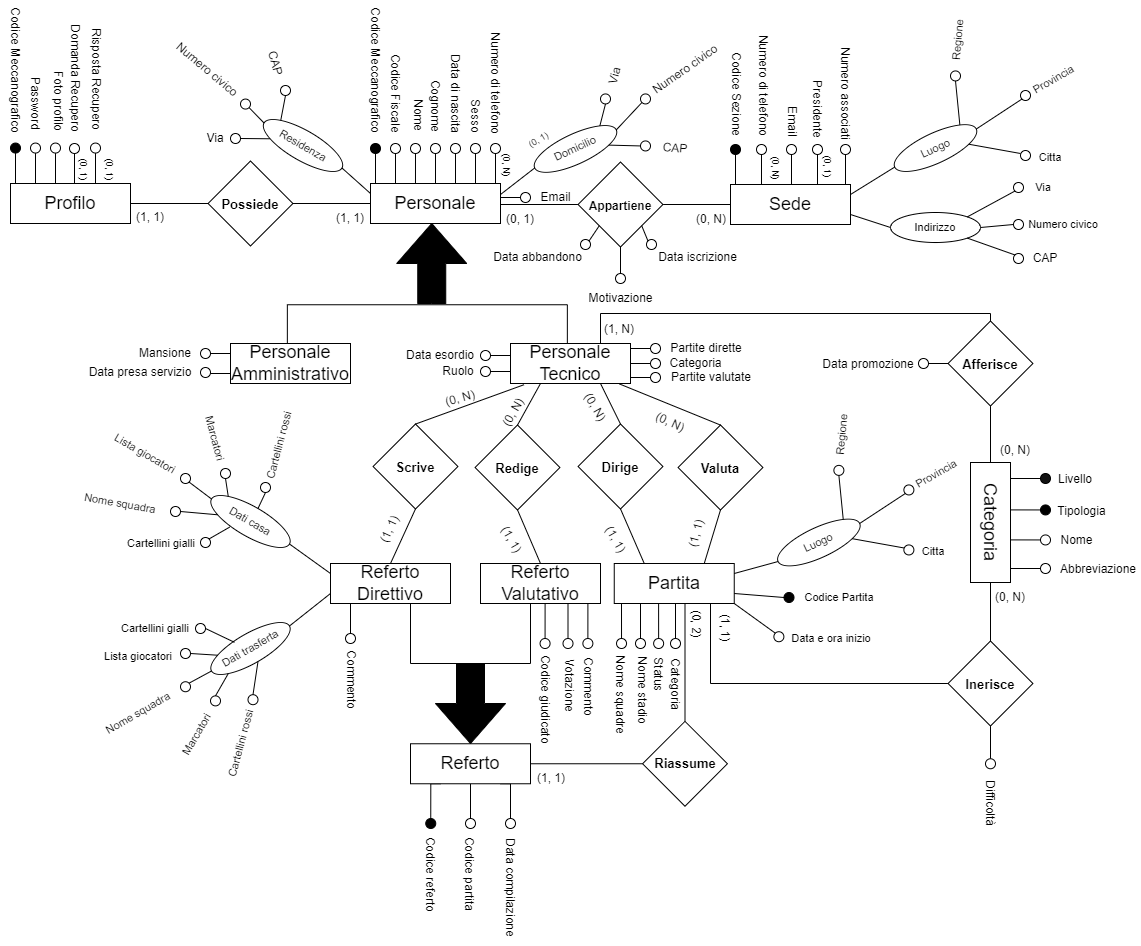
Earlier version of the draw.io export ERDiagram/WhistleER.drawio.png (savernike/DiagramsSet). Source tidied: cells renumbered, new cells last; positions are measured from the earlier drawing's top-left corner, leaving out a move shared by most shapes.
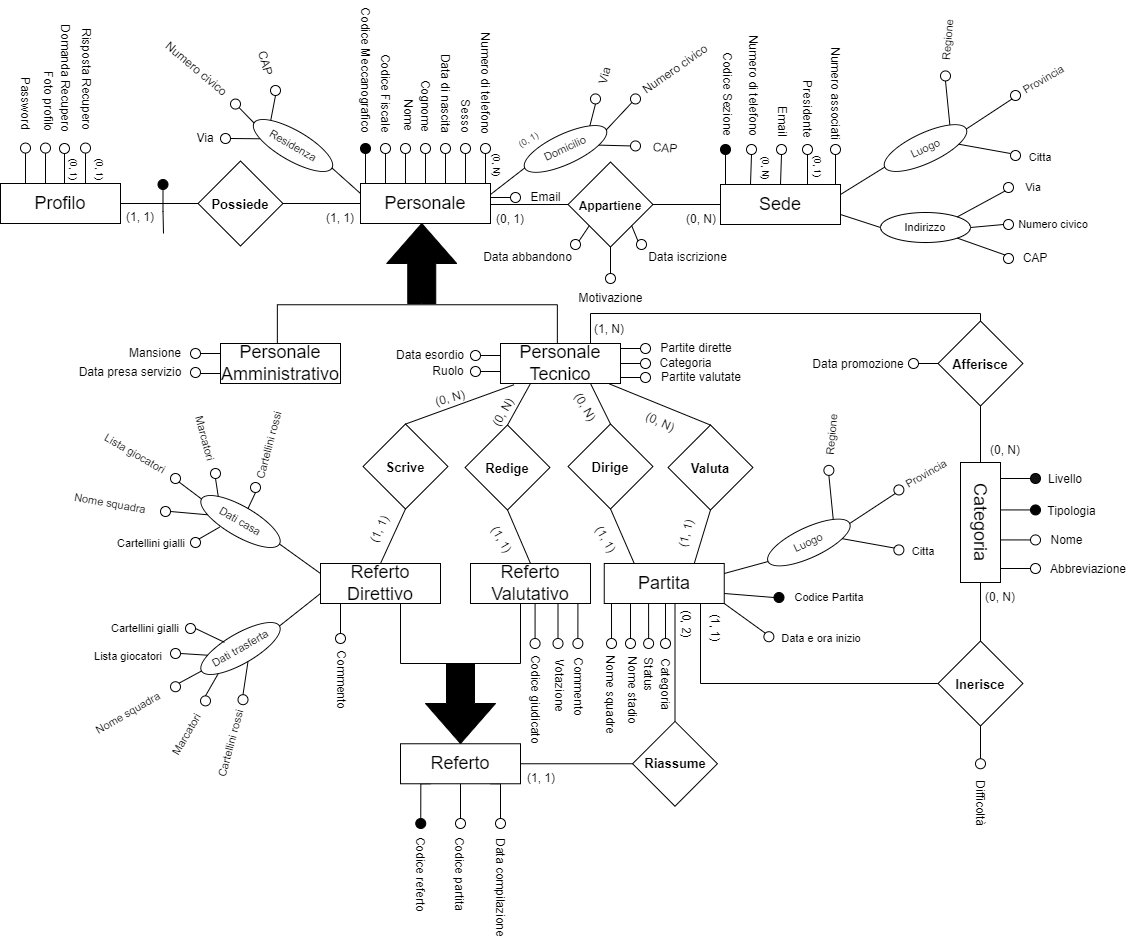
After the commit.

Commit message:
Aggiunta identificatore esterno su Profilo

The edit, as a diff of the source:
```diff
@@ -154,9 +154,6 @@
     <mxCell id="51" style="whiteSpace=wrap;html=1;fontFamily=Helvetica;fontSize=11;fontColor=default;rotation=45;" parent="1" vertex="1">
       <mxGeometry x="275" y="149" width="60" height="60" as="geometry" />
     </mxCell>
-    <mxCell id="52" style="edgeStyle=orthogonalEdgeStyle;shape=connector;rounded=0;jettySize=auto;html=1;exitX=0;exitY=0;exitDx=0;exitDy=0;entryX=0.5;entryY=1;entryDx=0;entryDy=0;labelBackgroundColor=default;strokeColor=default;fontFamily=Helvetica;fontSize=11;fontColor=default;endArrow=none;endFill=0;" parent="1" edge="1" source="57" target="58">
-      <mxGeometry relative="1" as="geometry" />
-    </mxCell>
     <mxCell id="53" style="edgeStyle=orthogonalEdgeStyle;shape=connector;rounded=0;jettySize=auto;html=1;exitX=0.25;exitY=0;exitDx=0;exitDy=0;entryX=0.5;entryY=1;entryDx=0;entryDy=0;labelBackgroundColor=default;strokeColor=default;fontFamily=Helvetica;fontSize=11;fontColor=default;endArrow=none;endFill=0;" parent="1" edge="1" source="57" target="59">
       <mxGeometry relative="1" as="geometry" />
     </mxCell>
@@ -172,15 +169,17 @@
     <mxCell id="57" value="&lt;font style=&quot;font-size: 18px;&quot;&gt;Profilo&lt;/font&gt;" style="rounded=0;whiteSpace=wrap;html=1;fontFamily=Helvetica;fontSize=11;fontColor=default;rotation=0;" parent="1" vertex="1">
       <mxGeometry x="65" y="159" width="120" height="40" as="geometry" />
     </mxCell>
+    <mxCell id="306" style="edgeStyle=orthogonalEdgeStyle;rounded=0;jettySize=auto;html=1;exitX=0.5;exitY=1;exitDx=0;exitDy=0;endArrow=none;endFill=0;" parent="1" edge="1" source="58">
+      <mxGeometry relative="1" as="geometry">
+        <mxPoint x="228" y="209" as="targetPoint" />
+      </mxGeometry>
+    </mxCell>
     <mxCell id="58" style="ellipse;whiteSpace=wrap;html=1;fillColor=#000000;" parent="1" vertex="1">
-      <mxGeometry x="65" y="118.6" width="10" height="10" as="geometry" />
+      <mxGeometry x="222.5" y="155" width="10" height="10" as="geometry" />
     </mxCell>
     <mxCell id="59" style="ellipse;whiteSpace=wrap;html=1;fillColor=#FFFFFF;" parent="1" vertex="1">
       <mxGeometry x="85" y="118.6" width="10" height="10" as="geometry" />
     </mxCell>
-    <mxCell id="60" value="Codice Meccanografico" style="text;strokeColor=none;align=center;fillColor=none;html=1;verticalAlign=middle;whiteSpace=wrap;rounded=0;rotation=90;" parent="1" vertex="1">
-      <mxGeometry y="30.6" width="140" height="30" as="geometry" />
-    </mxCell>
     <mxCell id="61" value="Password" style="text;strokeColor=none;align=center;fillColor=none;html=1;verticalAlign=middle;whiteSpace=wrap;rounded=0;rotation=90;" parent="1" vertex="1">
       <mxGeometry x="52.5" y="63.5" width="75" height="30" as="geometry" />
     </mxCell>
```
